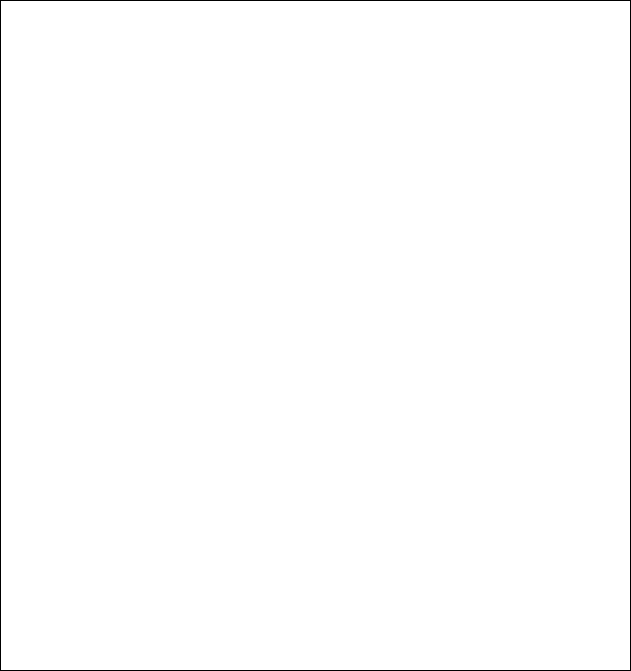
Above: azure-infrastructure.drawio.png in dev9815/pulumiAzureTemplateThesis (draw.io), before the change. Source tidied: cells renumbered, new cells last; positions are measured from the earlier drawing's top-left corner, leaving out a move shared by most shapes. Source of this version:
```xml
<mxGraphModel>
  <root>
    <mxCell id="0" />
    <mxCell id="1" parent="0" />
    <mxCell id="2" style="whiteSpace=wrap;html=1;" parent="1" vertex="1">
      <mxGeometry width="630" height="670" as="geometry" />
    </mxCell>
  </root>
</mxGraphModel>
```
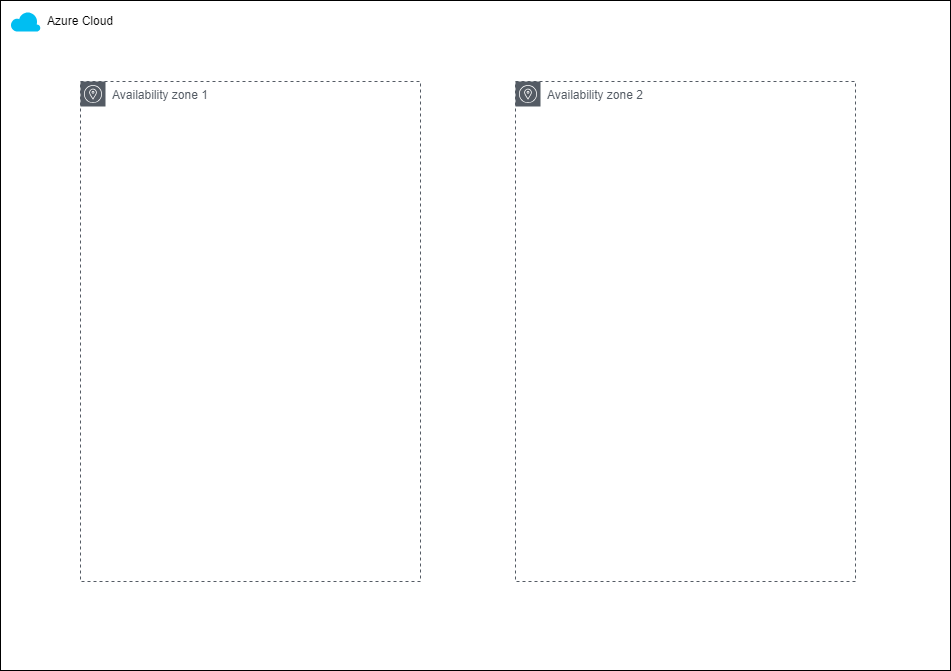
After the commit.

The edit, as a diff of the source:
```diff
@@ -3,7 +3,19 @@
     <mxCell id="0" />
     <mxCell id="1" parent="0" />
     <mxCell id="2" style="whiteSpace=wrap;html=1;" parent="1" vertex="1">
-      <mxGeometry width="630" height="670" as="geometry" />
+      <mxGeometry width="950" height="670" as="geometry" />
     </mxCell>
+    <mxCell id="3" style="verticalLabelPosition=bottom;html=1;verticalAlign=top;align=center;strokeColor=none;fillColor=#00BEF2;shape=mxgraph.azure.cloud;" parent="1" vertex="1">
+      <mxGeometry x="10" y="11" width="30" height="20" as="geometry" />
+    </mxCell>
+    <mxCell id="4" value="Azure Cloud" style="text;strokeColor=none;align=center;fillColor=none;html=1;verticalAlign=middle;whiteSpace=wrap;rounded=0;" parent="1" vertex="1">
+      <mxGeometry x="40" y="6" width="80" height="30" as="geometry" />
+    </mxCell>
+    <mxCell id="5" value="Availability zone 1" style="sketch=0;gradientColor=none;html=1;whiteSpace=wrap;fontSize=12;fontStyle=0;shape=mxgraph.aws4.group;grIcon=mxgraph.aws4.group_availability_zone;strokeColor=#545B64;fillColor=none;verticalAlign=top;align=left;spacingLeft=30;fontColor=#545B64;dashed=1;" parent="1" vertex="1">
+      <mxGeometry x="80" y="81" width="340" height="500" as="geometry" />
+    </mxCell>
+    <mxCell id="6" value="Availability zone 2" style="sketch=0;gradientColor=none;html=1;whiteSpace=wrap;fontSize=12;fontStyle=0;shape=mxgraph.aws4.group;grIcon=mxgraph.aws4.group_availability_zone;strokeColor=#545B64;fillColor=none;verticalAlign=top;align=left;spacingLeft=30;fontColor=#545B64;dashed=1;" parent="1" vertex="1">
+      <mxGeometry x="515" y="81" width="340" height="500" as="geometry" />
+    </mxCell>
   </root>
 </mxGraphModel>
```
